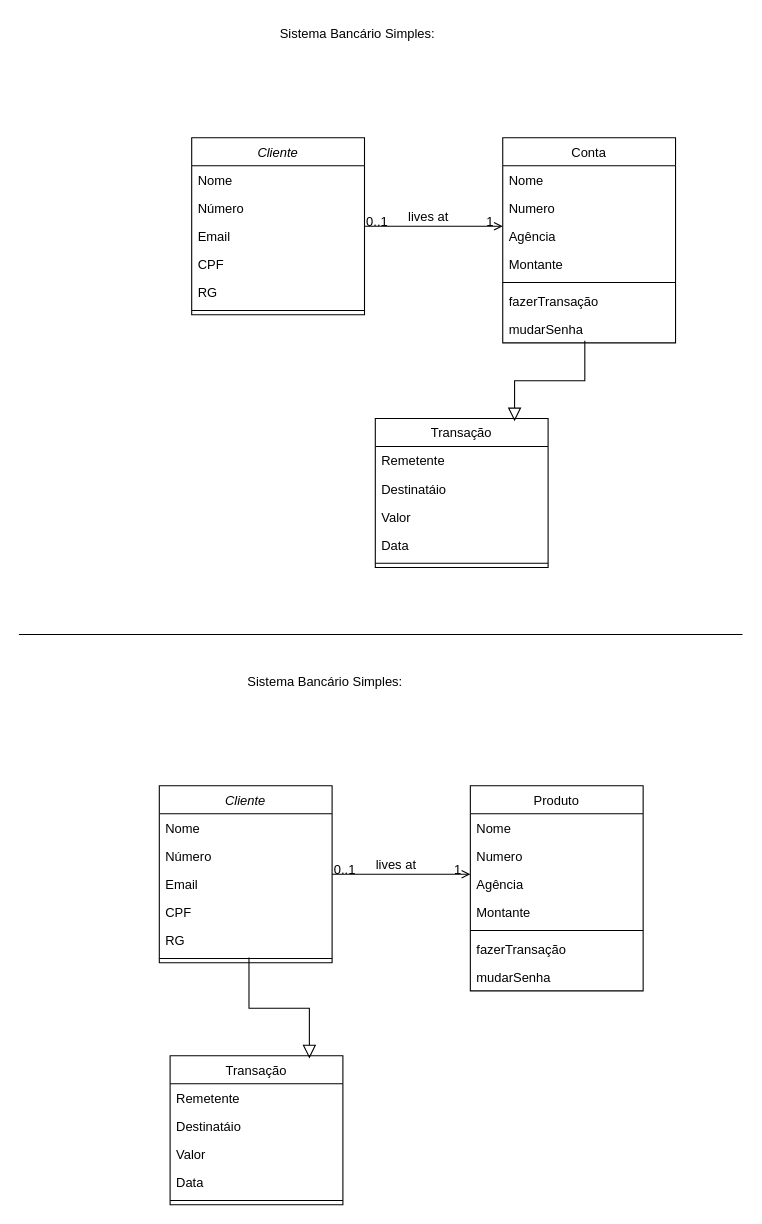
The draw.io diagram page "Page-1" (1 of 2) of trabalho eng.drawio in zanellaz/javascripto, before the edit. Source tidied: cells renumbered, new cells numbered last; positions are measured from the earlier drawing's top-left corner, leaving out a move shared by most shapes. Both pictures are drawn from the tidied source at 108%, with x=0, y=0 at pixel (18, 18).
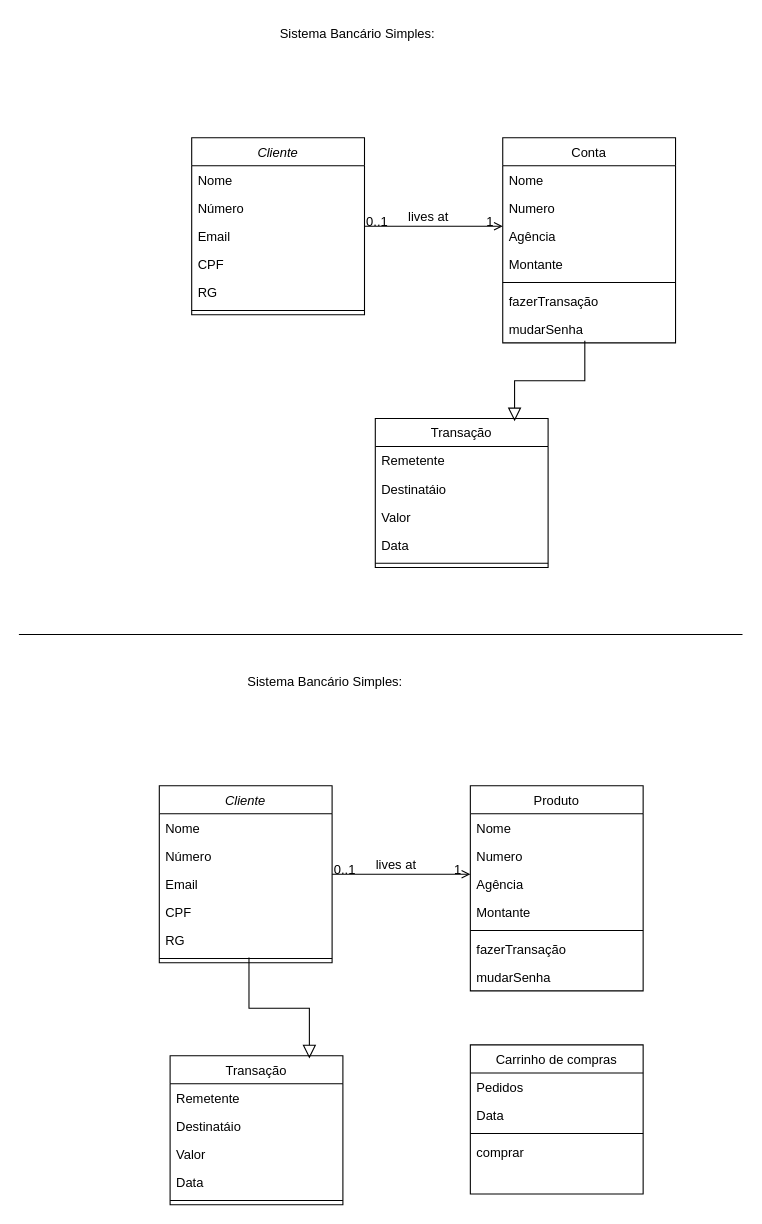
The same page after the edit.

Change to the diagram source:
```diff
@@
+    <mxCell id="57" value="Carrinho de compras" style="swimlane;fontStyle=0;align=center;verticalAlign=top;horizontal=1;startSize=26;rounded=0;shadow=0;strokeWidth=1;" parent="1" vertex="1">
+      <mxGeometry x="418" y="950" width="160" height="138" as="geometry" />
+    </mxCell>
+    <mxCell id="58" value="Pedidos" style="text;align=left;verticalAlign=top;spacingLeft=4;spacingRight=4;overflow=hidden;" parent="57" vertex="1">
+      <mxGeometry y="26" width="160" height="26" as="geometry" />
+    </mxCell>
+    <mxCell id="59" value="Data" style="text;align=left;verticalAlign=top;spacingLeft=4;spacingRight=4;overflow=hidden;rounded=0;shadow=0;html=0;" parent="57" vertex="1">
+      <mxGeometry y="52" width="160" height="26" as="geometry" />
+    </mxCell>
+    <mxCell id="60" style="line;html=1;strokeWidth=1;align=left;verticalAlign=middle;spacingTop=-1;spacingLeft=3;spacingRight=3;labelPosition=right;" parent="57" vertex="1">
+      <mxGeometry y="78" width="160" height="8" as="geometry" />
+    </mxCell>
+    <mxCell id="61" value="comprar" style="text;align=left;verticalAlign=top;spacingLeft=4;spacingRight=4;overflow=hidden;" parent="57" vertex="1">
+      <mxGeometry y="86" width="160" height="26" as="geometry" />
+    </mxCell>
```
